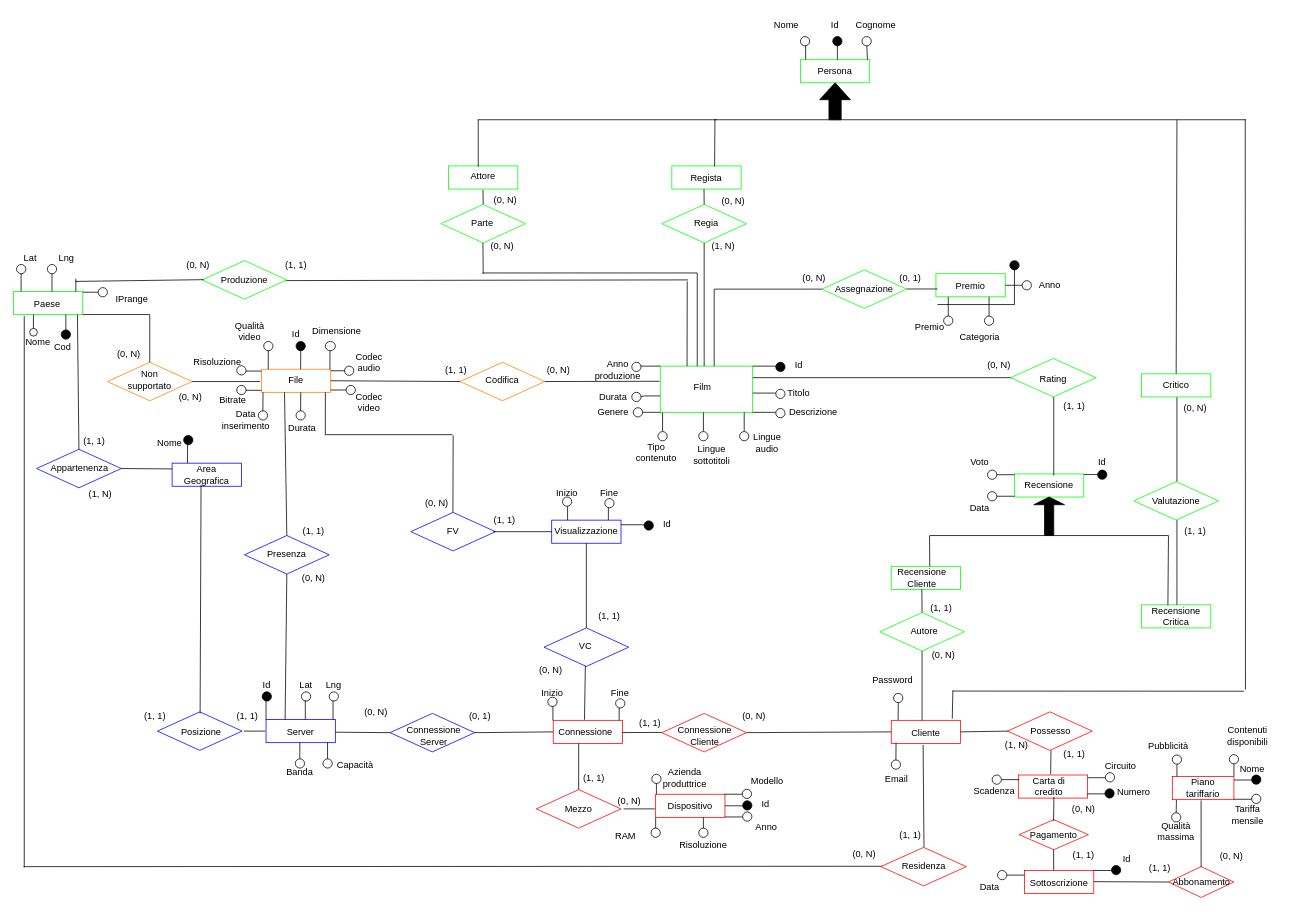
Earlier version of the draw.io diagram ER.drawio (gcairone/progettodb). Source tidied: cells renumbered, new cells numbered last; positions are measured from the earlier drawing's top-left corner, leaving out a move shared by most shapes. Both pictures are drawn from the tidied source at 77%, with x=0, y=0 at pixel (13, 13).
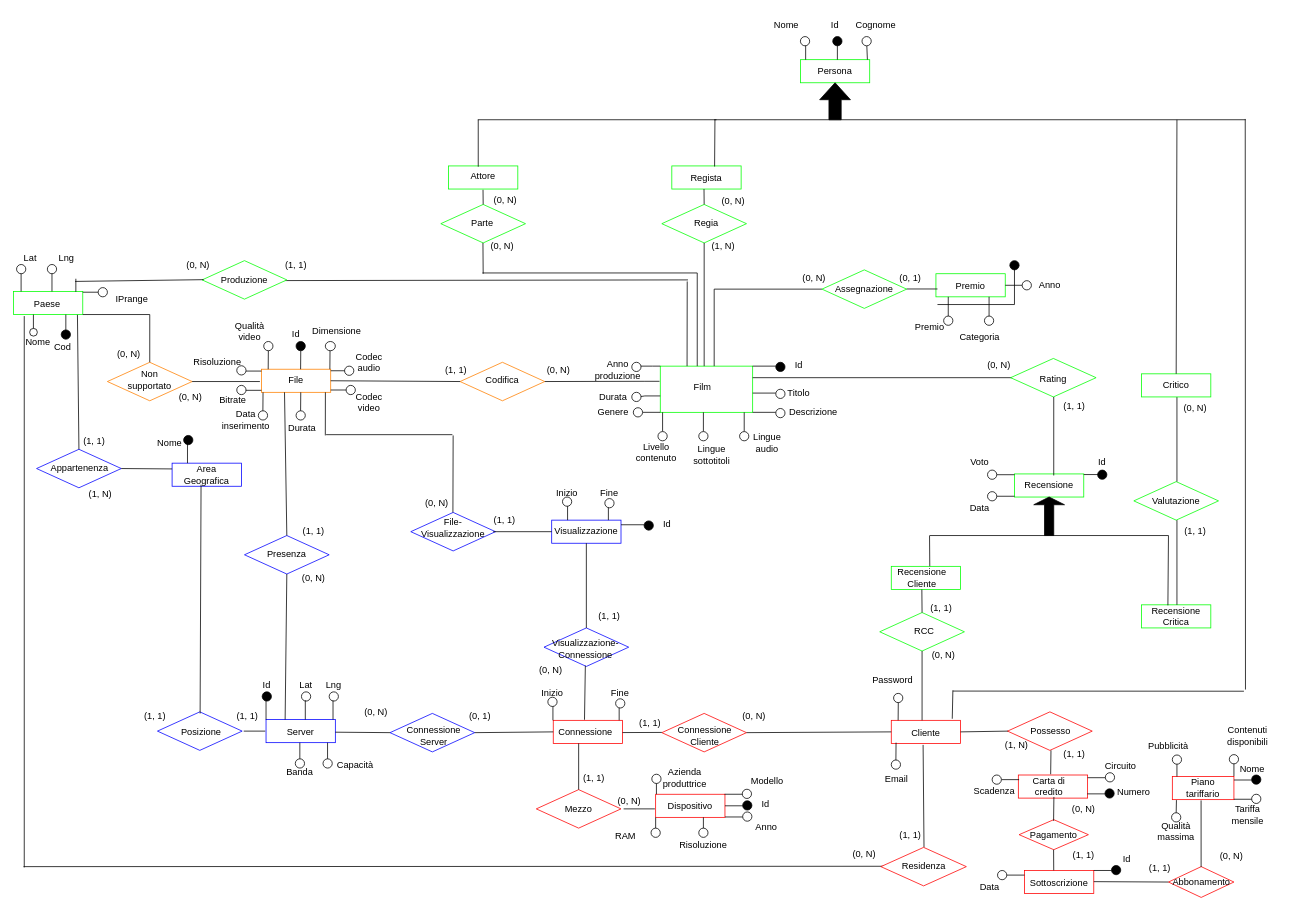
Above is the later version.

Change to the diagram source:
```diff
@@
-    <mxCell id="75" value="Autore" style="text;html=1;strokeColor=none;fillColor=none;align=center;verticalAlign=middle;whiteSpace=wrap;rounded=0;" parent="1" vertex="1">
+    <mxCell id="75" value="RCC" style="text;html=1;strokeColor=none;fillColor=none;align=center;verticalAlign=middle;whiteSpace=wrap;rounded=0;" parent="1" vertex="1">
       <mxGeometry x="1153" y="788" width="60" height="30" as="geometry" />
     </mxCell>
@@
-    <mxCell id="141" value="FV" style="text;html=1;strokeColor=none;fillColor=none;align=center;verticalAlign=middle;whiteSpace=wrap;rounded=0;" parent="1" vertex="1">
-      <mxGeometry x="541" y="658" width="60" height="30" as="geometry" />
+    <mxCell id="141" value="File-Visualizzazione" style="text;html=1;strokeColor=none;fillColor=none;align=center;verticalAlign=middle;whiteSpace=wrap;rounded=0;" parent="1" vertex="1">
+      <mxGeometry x="541" y="653" width="60" height="30" as="geometry" />
     </mxCell>
-    <mxCell id="142" value="VC" style="text;html=1;strokeColor=none;fillColor=none;align=center;verticalAlign=middle;whiteSpace=wrap;rounded=0;" parent="1" vertex="1">
-      <mxGeometry x="713" y="807" width="60" height="30" as="geometry" />
+    <mxCell id="142" value="Visualizzazione-Connessione" style="text;html=1;strokeColor=none;fillColor=none;align=center;verticalAlign=middle;whiteSpace=wrap;rounded=0;" parent="1" vertex="1">
+      <mxGeometry x="713" y="810" width="60" height="30" as="geometry" />
     </mxCell>
@@
-    <mxCell id="199" value="Tipo contenuto" style="text;html=1;strokeColor=none;fillColor=none;align=center;verticalAlign=middle;whiteSpace=wrap;rounded=0;" parent="1" vertex="1">
+    <mxCell id="199" value="Livello contenuto" style="text;html=1;strokeColor=none;fillColor=none;align=center;verticalAlign=middle;whiteSpace=wrap;rounded=0;" parent="1" vertex="1">
       <mxGeometry x="805" y="555" width="60" height="30" as="geometry" />
     </mxCell>
```
